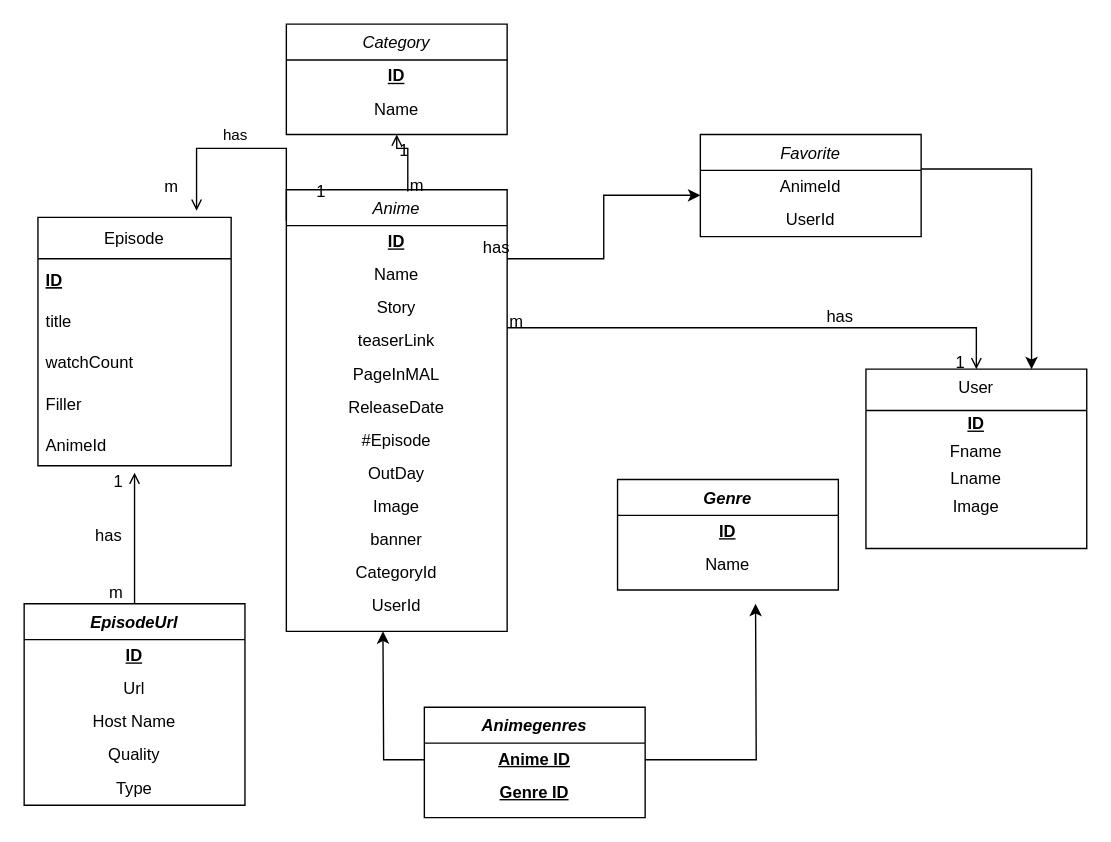
abd-el-rahman-abd-el-zaher/Watch keeps this draw.io diagram as watch-classDiagrame.drawio. Above is the earlier version. Source tidied: cells renumbered, new cells numbered last; positions are measured from the earlier drawing's top-left corner, leaving out a move shared by most shapes. Both pictures are drawn from the tidied source at 138%, with x=0, y=0 at pixel (23, 23).
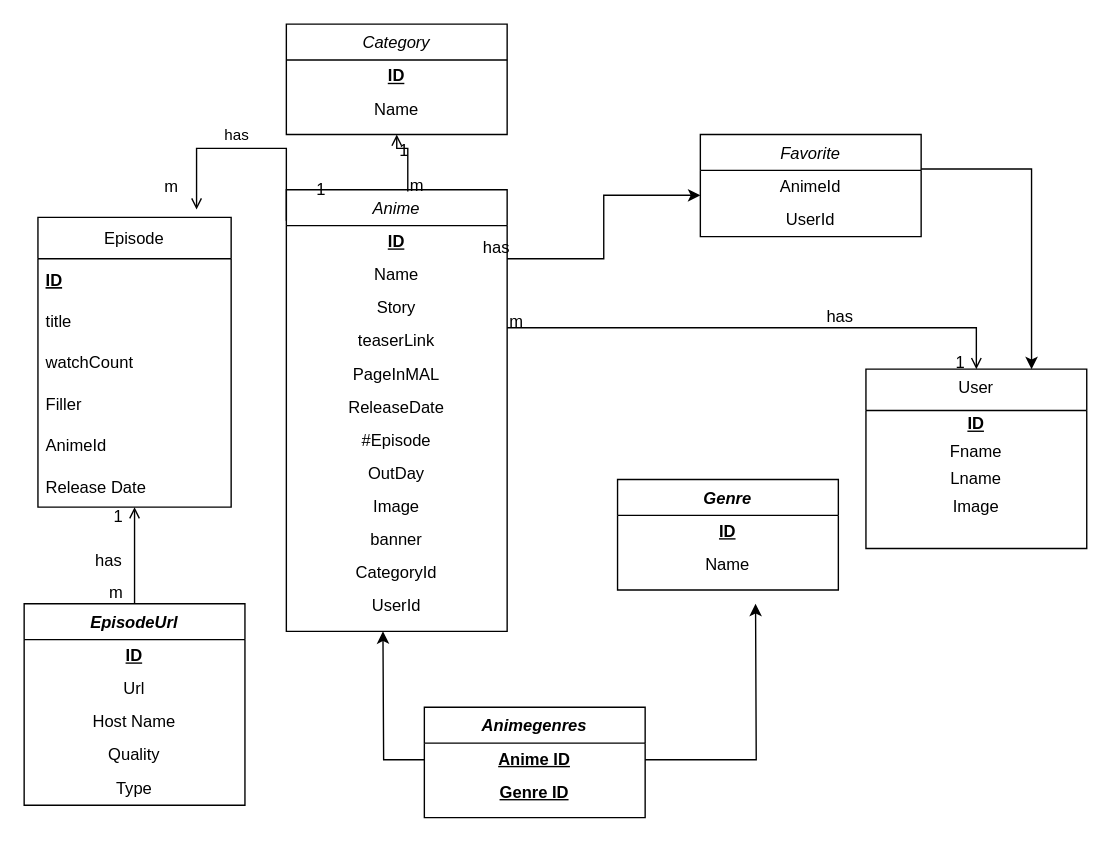
The same diagram, later.

Commit message (it also covers changes not shown here):
episode Release date

Unchanged cells that the change refers to:
```xml
<mxCell id="30" value="AnimeId" style="text;strokeColor=none;fillColor=none;align=left;verticalAlign=middle;spacingLeft=4;spacingRight=4;overflow=hidden;points=[[0,0.5],[1,0.5]];portConstraint=eastwest;" parent="25" vertex="1">
  <mxGeometry y="150" width="140" height="30" as="geometry" />
</mxCell>
<mxCell id="53" value="EpisodeUrl" style="swimlane;fontStyle=3;align=center;verticalAlign=top;horizontal=1;startSize=26;rounded=0;shadow=0;strokeWidth=1;" parent="1" vertex="1">
  <mxGeometry y="420" width="160" height="146" as="geometry" />
</mxCell>
```

Change to the diagram source:
```diff
@@
     <mxCell id="25" value="Episode" style="swimlane;fontStyle=0;horizontal=1;startSize=30;" parent="1" vertex="1">
-      <mxGeometry x="10" y="140" width="140" height="180" as="geometry" />
+      <mxGeometry x="10" y="140" width="140" height="210" as="geometry" />
     </mxCell>
@@
+    <mxCell id="63" value="Release Date" style="text;strokeColor=none;fillColor=none;align=left;verticalAlign=middle;spacingLeft=4;spacingRight=4;overflow=hidden;points=[[0,0.5],[1,0.5]];portConstraint=eastwest;" parent="25" vertex="1">
+      <mxGeometry y="180" width="140" height="30" as="geometry" />
+    </mxCell>
@@
-    <mxCell id="59" style="endArrow=open;shadow=0;strokeWidth=1;rounded=0;endFill=1;edgeStyle=elbowEdgeStyle;elbow=vertical;entryX=0.5;entryY=1.167;entryDx=0;entryDy=0;entryPerimeter=0;exitX=0.5;exitY=0;exitDx=0;exitDy=0;" parent="1" edge="1" source="53" target="30">
+    <mxCell id="59" style="endArrow=open;shadow=0;strokeWidth=1;rounded=0;endFill=1;edgeStyle=elbowEdgeStyle;elbow=vertical;exitX=0.5;exitY=0;exitDx=0;exitDy=0;" parent="1" edge="1" source="53" target="63">
       <mxGeometry x="0.5" y="41" relative="1" as="geometry">
         <Array as="points">
+          <mxPoint x="80" y="370" />
+          <mxPoint x="90" y="380" />
+          <mxPoint x="100" y="360" />
           <mxPoint x="80" y="360" />
           <mxPoint x="250" y="390" />
           <mxPoint x="130" y="340" />
         </Array>
         <mxPoint x="-40" y="32" as="offset" />
       </mxGeometry>
     </mxCell>
```
